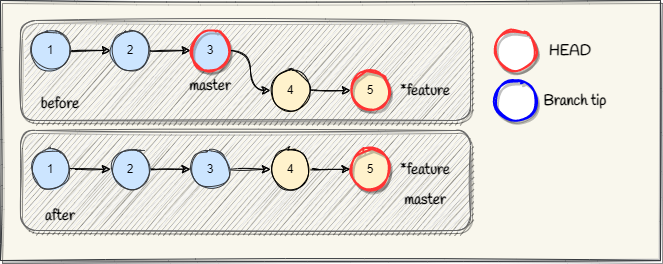
The draw.io diagram Assets/images/git-merge-fast-forward.png in braboj/tutorial-git, before a commit. Source tidied: cells renumbered, new cells last; positions are measured from the earlier drawing's top-left corner, leaving out a move shared by most shapes.
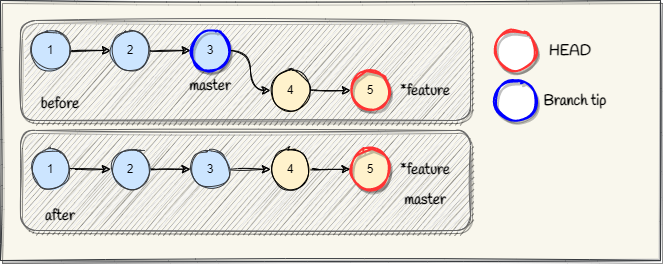
The same file after the commit.

What changed in the source:
```diff
@@ -26,7 +26,7 @@
     <mxCell id="9" style="edgeStyle=orthogonalEdgeStyle;rounded=0;jettySize=auto;html=1;entryX=0;entryY=0.5;entryDx=0;entryDy=0;sketch=1;curved=1;" parent="1" edge="1" source="10" target="12">
       <mxGeometry relative="1" as="geometry" />
     </mxCell>
-    <mxCell id="10" value="3" style="ellipse;whiteSpace=wrap;html=1;sketch=1;rounded=0;fillColor=#cce5ff;strokeColor=#FF3333;fillStyle=solid;strokeWidth=2;shadow=1;" parent="1" vertex="1">
+    <mxCell id="10" value="3" style="ellipse;whiteSpace=wrap;html=1;sketch=1;rounded=0;fillColor=#cce5ff;strokeColor=#0000FF;fillStyle=solid;strokeWidth=2;shadow=1;" parent="1" vertex="1">
       <mxGeometry x="190" y="30" width="40" height="40" as="geometry" />
     </mxCell>
     <mxCell id="11" style="edgeStyle=orthogonalEdgeStyle;rounded=0;jettySize=auto;html=1;sketch=1;curved=1;" parent="1" edge="1" source="12" target="13">
```
